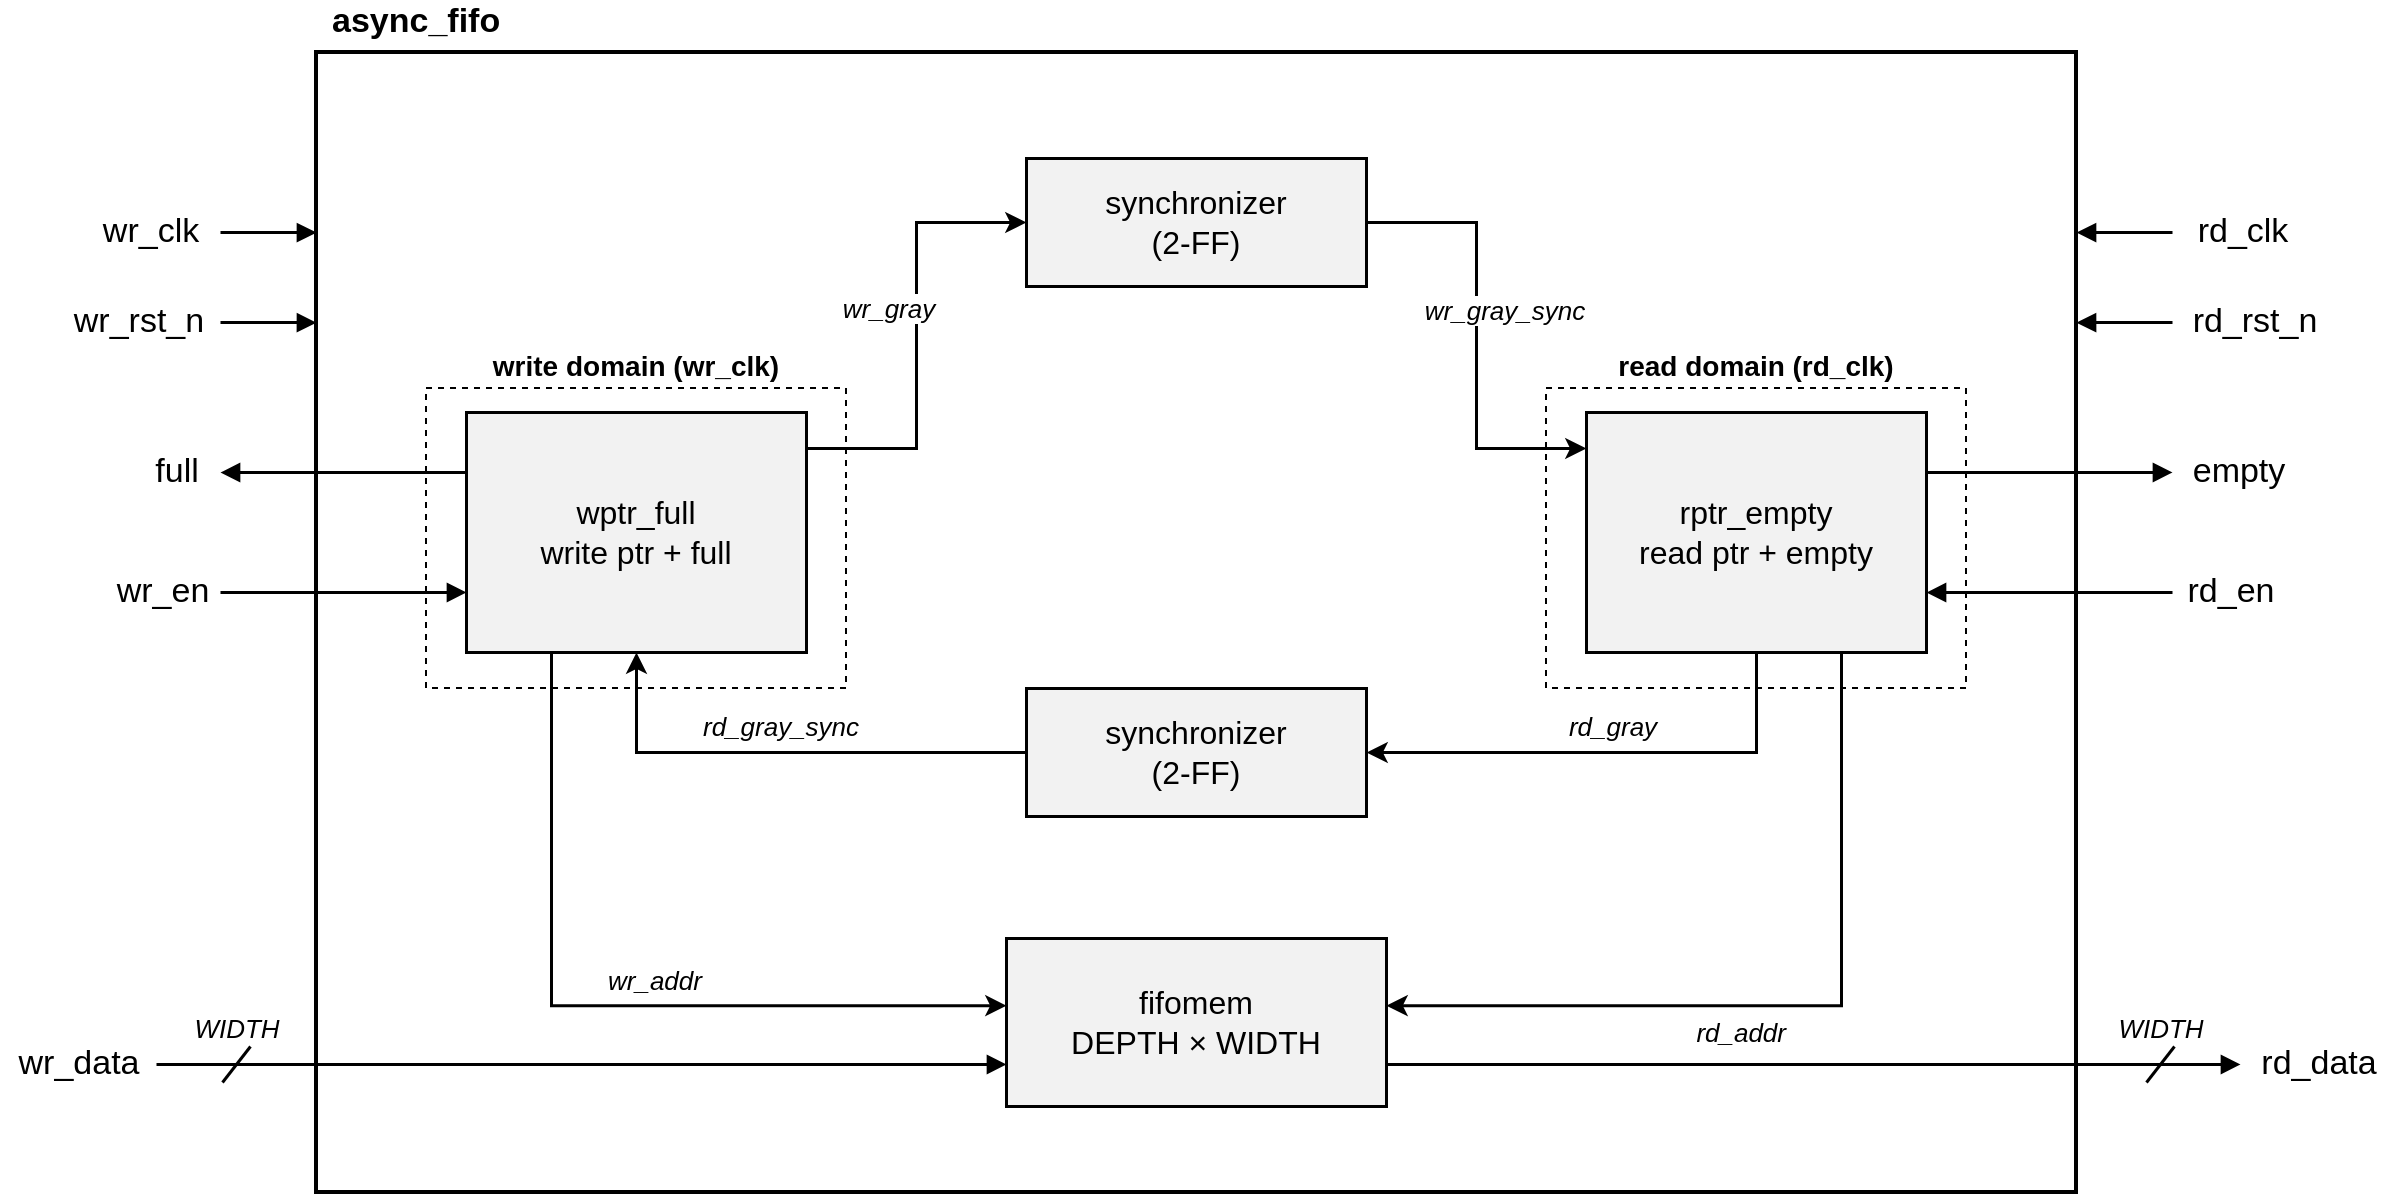
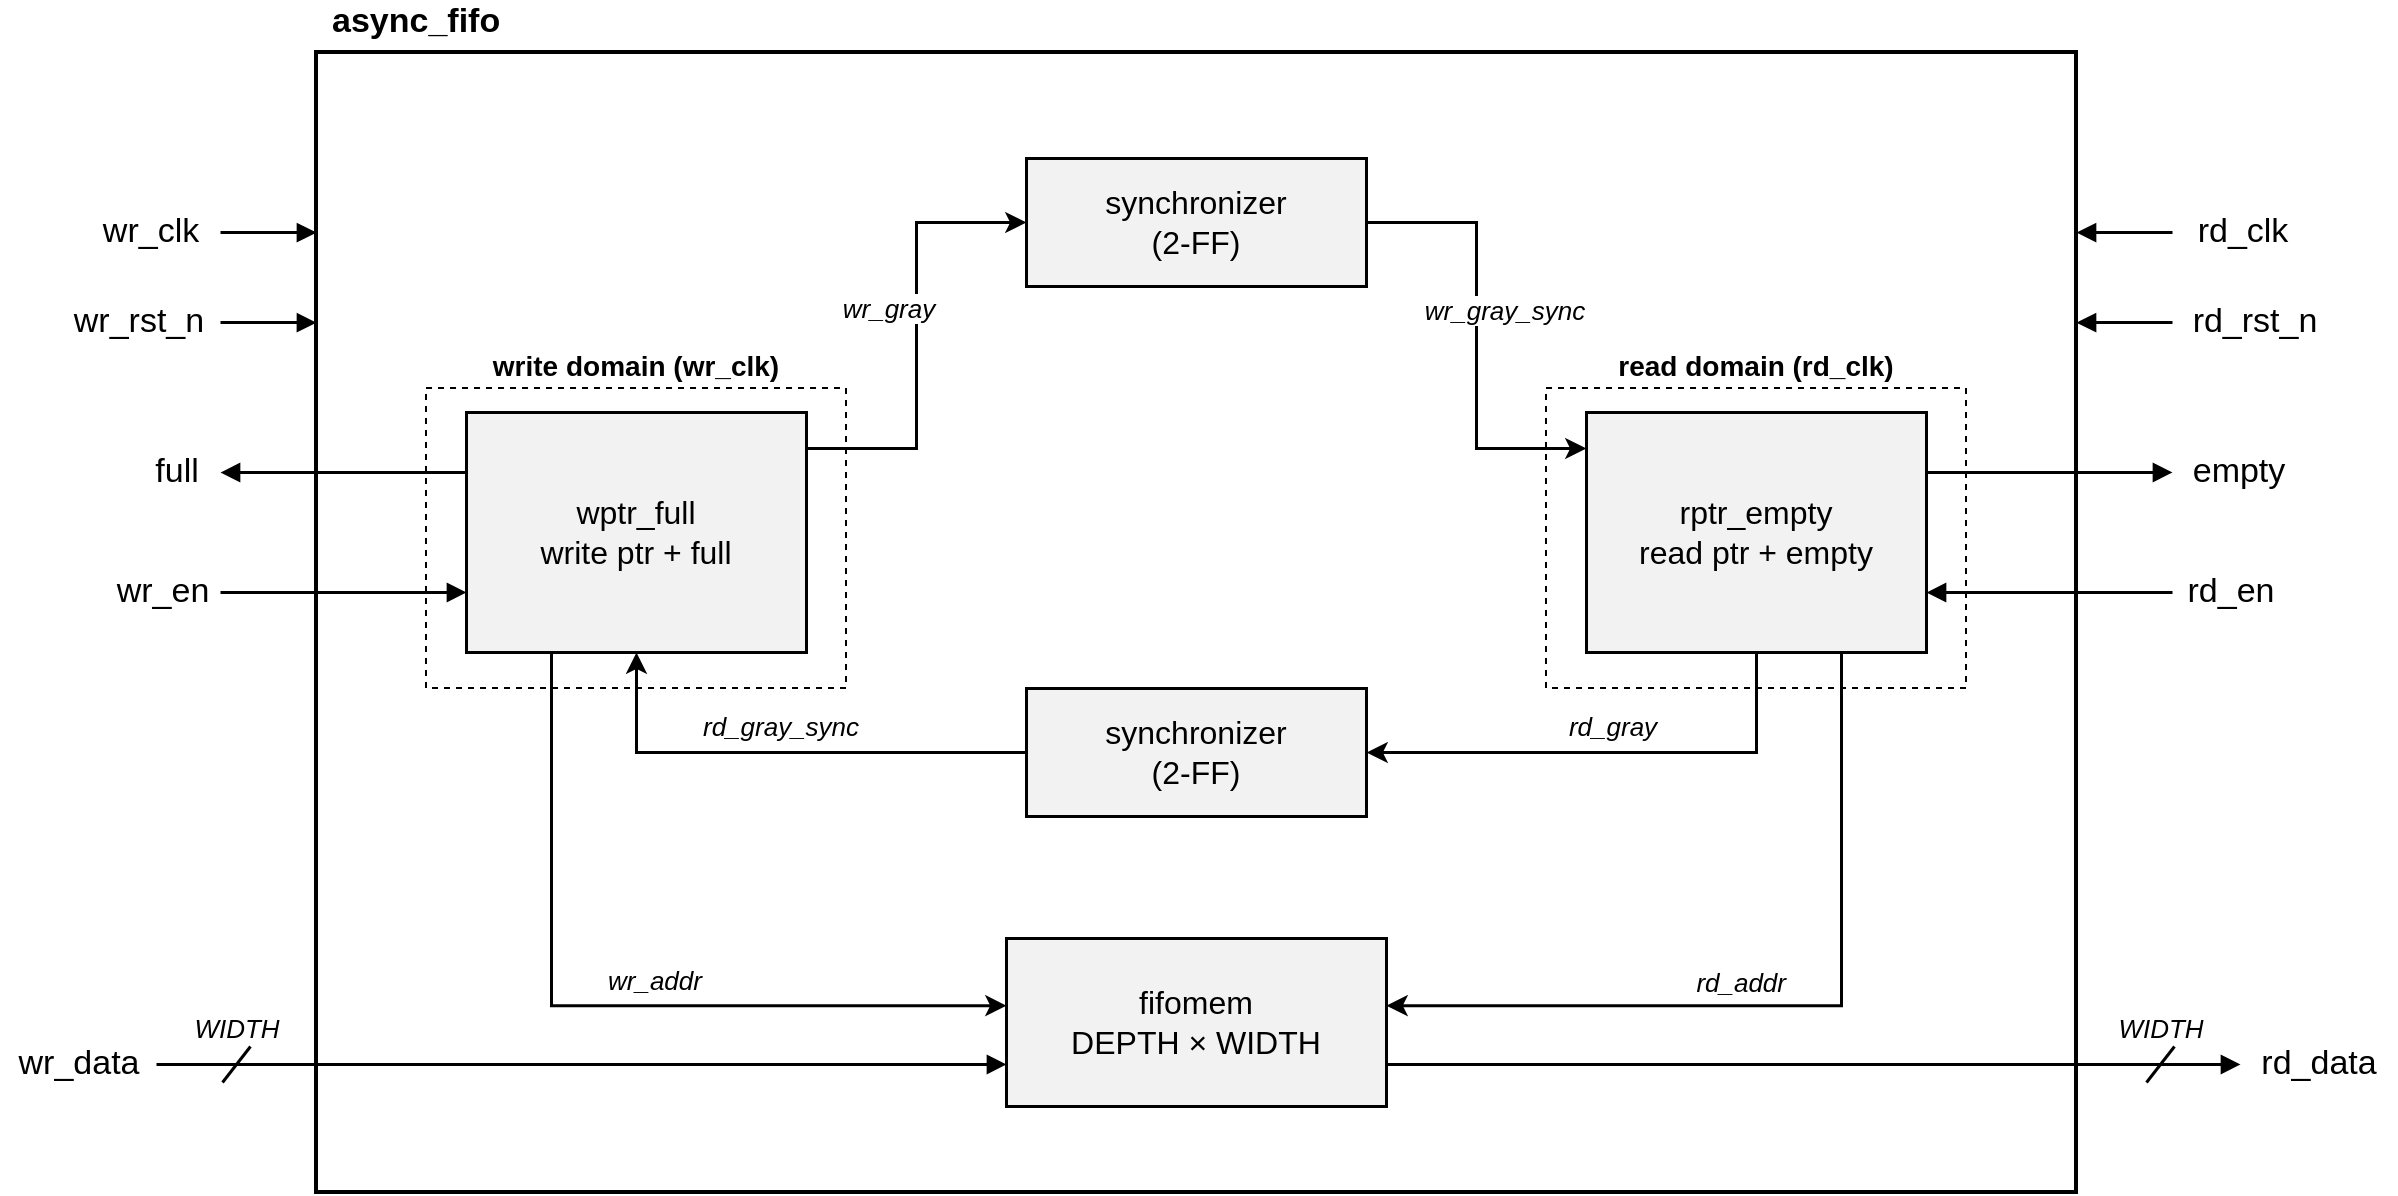
<mxfile host="65bd71144e">
    <diagram name="async_fifo" id="async_fifo">
-         <mxGraphModel dx="1021" dy="837" grid="0" gridSize="10" guides="1" tooltips="1" connect="1" arrows="1" fold="1" page="1" pageScale="1" pageWidth="1240" pageHeight="700" background="#ffffff" math="0" shadow="0">
+         <mxGraphModel dx="1030" dy="837" grid="0" gridSize="10" guides="1" tooltips="1" connect="1" arrows="1" fold="1" page="1" pageScale="1" pageWidth="1240" pageHeight="700" background="#ffffff" math="0" shadow="0">
            <root>
                <mxCell id="0"/>
                <mxCell id="1" parent="0"/>
                <mxCell id="outer" value="" style="rounded=0;whiteSpace=wrap;html=1;fillColor=none;strokeColor=#000000;strokeWidth=2;" parent="1" vertex="1">
                    <mxGeometry x="180" y="60" width="880" height="570" as="geometry"/>
                </mxCell>
                <mxCell id="outer-lbl" value="async_fifo" style="text;html=1;align=left;verticalAlign=middle;fontStyle=1;fontSize=17;fillColor=none;strokeColor=none;" parent="1" vertex="1">
                    <mxGeometry x="186" y="34" width="160" height="22" as="geometry"/>
                </mxCell>
                <mxCell id="grpw" value="write domain (wr_clk)" style="rounded=0;whiteSpace=wrap;html=1;fillColor=none;strokeColor=#000000;dashed=1;verticalLabelPosition=top;verticalAlign=bottom;align=center;fontStyle=1;fontSize=14;" parent="1" vertex="1">
                    <mxGeometry x="235" y="228" width="210" height="150" as="geometry"/>
                </mxCell>
                <mxCell id="grpr" value="read domain (rd_clk)" style="rounded=0;whiteSpace=wrap;html=1;fillColor=none;strokeColor=#000000;dashed=1;verticalLabelPosition=top;verticalAlign=bottom;align=center;fontStyle=1;fontSize=14;" parent="1" vertex="1">
                    <mxGeometry x="795" y="228" width="210" height="150" as="geometry"/>
                </mxCell>
                <mxCell id="wptr" value="wptr_full&#xa;write ptr + full" style="rounded=0;whiteSpace=wrap;html=1;fillColor=#f2f2f2;strokeColor=#000000;strokeWidth=1.5;align=center;verticalAlign=middle;fontSize=16;" parent="1" vertex="1">
                    <mxGeometry x="255" y="240" width="170" height="120" as="geometry"/>
                </mxCell>
                <mxCell id="rptr" value="rptr_empty&#xa;read ptr + empty" style="rounded=0;whiteSpace=wrap;html=1;fillColor=#f2f2f2;strokeColor=#000000;strokeWidth=1.5;align=center;verticalAlign=middle;fontSize=16;" parent="1" vertex="1">
                    <mxGeometry x="815" y="240" width="170" height="120" as="geometry"/>
                </mxCell>
                <mxCell id="sw2r" value="synchronizer&#xa;(2-FF)" style="rounded=0;whiteSpace=wrap;html=1;fillColor=#f2f2f2;strokeColor=#000000;strokeWidth=1.5;align=center;verticalAlign=middle;fontSize=16;" parent="1" vertex="1">
                    <mxGeometry x="535" y="113" width="170" height="64" as="geometry"/>
                </mxCell>
                <mxCell id="sr2w" value="synchronizer&#xa;(2-FF)" style="rounded=0;whiteSpace=wrap;html=1;fillColor=#f2f2f2;strokeColor=#000000;strokeWidth=1.5;align=center;verticalAlign=middle;fontSize=16;" parent="1" vertex="1">
                    <mxGeometry x="535" y="378" width="170" height="64" as="geometry"/>
                </mxCell>
                <mxCell id="mem" value="fifomem&#xa;DEPTH × WIDTH" style="rounded=0;whiteSpace=wrap;html=1;fillColor=#f2f2f2;strokeColor=#000000;strokeWidth=1.5;align=center;verticalAlign=middle;fontSize=16;" parent="1" vertex="1">
                    <mxGeometry x="525" y="503" width="190" height="84" as="geometry"/>
                </mxCell>
                <mxCell id="io-wrclk" value="wr_clk" style="text;html=1;align=center;verticalAlign=middle;fontSize=17;fillColor=none;strokeColor=none;" parent="1" vertex="1">
                    <mxGeometry x="62" y="139" width="70" height="22" as="geometry"/>
                </mxCell>
                <mxCell id="io-wrrst" value="wr_rst_n" style="text;html=1;align=center;verticalAlign=middle;fontSize=17;fillColor=none;strokeColor=none;" parent="1" vertex="1">
                    <mxGeometry x="50" y="184" width="82" height="22" as="geometry"/>
                </mxCell>
                <mxCell id="io-full" value="full" style="text;html=1;align=center;verticalAlign=middle;fontSize=17;fillColor=none;strokeColor=none;" parent="1" vertex="1">
                    <mxGeometry x="87" y="259" width="45" height="22" as="geometry"/>
                </mxCell>
                <mxCell id="io-wren" value="wr_en" style="text;html=1;align=center;verticalAlign=middle;fontSize=17;fillColor=none;strokeColor=none;" parent="1" vertex="1">
                    <mxGeometry x="74" y="319" width="58" height="22" as="geometry"/>
                </mxCell>
                <mxCell id="io-wrdata" value="wr_data" style="text;html=1;align=center;verticalAlign=middle;fontSize=17;fillColor=none;strokeColor=none;" parent="1" vertex="1">
                    <mxGeometry x="22" y="555" width="78" height="22" as="geometry"/>
                </mxCell>
                <mxCell id="io-rdclk" value="rd_clk" style="text;html=1;align=center;verticalAlign=middle;fontSize=17;fillColor=none;strokeColor=none;" parent="1" vertex="1">
                    <mxGeometry x="1108" y="139" width="70" height="22" as="geometry"/>
                </mxCell>
                <mxCell id="io-rdrst" value="rd_rst_n" style="text;html=1;align=center;verticalAlign=middle;fontSize=17;fillColor=none;strokeColor=none;" parent="1" vertex="1">
                    <mxGeometry x="1108" y="184" width="82" height="22" as="geometry"/>
                </mxCell>
                <mxCell id="io-empty" value="empty" style="text;html=1;align=center;verticalAlign=middle;fontSize=17;fillColor=none;strokeColor=none;" parent="1" vertex="1">
                    <mxGeometry x="1108" y="259" width="66" height="22" as="geometry"/>
                </mxCell>
                <mxCell id="io-rden" value="rd_en" style="text;html=1;align=center;verticalAlign=middle;fontSize=17;fillColor=none;strokeColor=none;" parent="1" vertex="1">
                    <mxGeometry x="1108" y="319" width="58" height="22" as="geometry"/>
                </mxCell>
                <mxCell id="io-rddata" value="rd_data" style="text;html=1;align=center;verticalAlign=middle;fontSize=17;fillColor=none;strokeColor=none;" parent="1" vertex="1">
                    <mxGeometry x="1142" y="555" width="78" height="22" as="geometry"/>
                </mxCell>
                <mxCell id="e-wrgray" value="wr_gray" style="edgeStyle=orthogonalEdgeStyle;rounded=0;strokeColor=#000000;strokeWidth=1.5;labelBackgroundColor=default;fontStyle=2;fontSize=13;exitX=1;exitY=0.15;exitDx=0;exitDy=0;entryX=0;entryY=0.5;entryDx=0;entryDy=0;align=center;html=1;" parent="1" source="wptr" target="sw2r" edge="1">
                    <mxGeometry x="0.1214" y="14" relative="1" as="geometry">
                        <mxPoint as="offset"/>
                    </mxGeometry>
                </mxCell>
                <mxCell id="e-wrgraysync" value="wr_gray_sync" style="edgeStyle=orthogonalEdgeStyle;rounded=0;html=1;strokeColor=#000000;strokeWidth=1.5;labelBackgroundColor=#ffffff;fontStyle=2;fontSize=13;exitX=1;exitY=0.5;exitDx=0;exitDy=0;entryX=0;entryY=0.15;entryDx=0;entryDy=0;" parent="1" source="sw2r" target="rptr" edge="1">
                    <mxGeometry relative="1" as="geometry">
                        <mxPoint x="14" y="-13" as="offset"/>
                    </mxGeometry>
                </mxCell>
                <mxCell id="e-rdgray" value="rd_gray" style="edgeStyle=orthogonalEdgeStyle;rounded=0;html=1;strokeColor=#000000;strokeWidth=1.5;labelBackgroundColor=#ffffff;fontStyle=2;fontSize=13;exitX=0.5;exitY=1;exitDx=0;exitDy=0;entryX=1;entryY=0.5;entryDx=0;entryDy=0;" parent="1" source="rptr" target="sr2w" edge="1">
                    <mxGeometry relative="1" as="geometry">
                        <mxPoint y="-13" as="offset"/>
                    </mxGeometry>
                </mxCell>
                <mxCell id="e-rdgraysync" value="rd_gray_sync" style="edgeStyle=orthogonalEdgeStyle;rounded=0;html=1;strokeColor=#000000;strokeWidth=1.5;labelBackgroundColor=#ffffff;fontStyle=2;fontSize=13;exitX=0;exitY=0.5;exitDx=0;exitDy=0;entryX=0.5;entryY=1;entryDx=0;entryDy=0;align=center;" parent="1" source="sr2w" target="wptr" edge="1">
                    <mxGeometry x="0.0029" y="-13" relative="1" as="geometry">
                        <mxPoint as="offset"/>
                    </mxGeometry>
                </mxCell>
                <mxCell id="e-wraddr" value="wr_addr" style="edgeStyle=orthogonalEdgeStyle;rounded=0;html=1;strokeColor=#000000;strokeWidth=1.5;labelBackgroundColor=#ffffff;fontStyle=2;fontSize=13;exitX=0.25;exitY=1;exitDx=0;exitDy=0;entryX=0;entryY=0.4;entryDx=0;entryDy=0;align=left;" parent="1" source="wptr" target="mem" edge="1">
                    <mxGeometry x="0.0047" y="13" relative="1" as="geometry">
                        <mxPoint as="offset"/>
                    </mxGeometry>
                </mxCell>
-                 <mxCell id="e-rdaddr" value="rd_addr" style="edgeStyle=orthogonalEdgeStyle;rounded=0;html=1;strokeColor=#000000;strokeWidth=1.5;labelBackgroundColor=#ffffff;fontStyle=2;fontSize=13;exitX=0.75;exitY=1;exitDx=0;exitDy=0;entryX=1;entryY=0.4;entryDx=0;entryDy=0;align=right;" parent="1" source="rptr" target="mem" edge="1">
+                 <mxCell id="e-rdaddr" value="rd_addr" style="edgeStyle=orthogonalEdgeStyle;rounded=0;html=1;strokeColor=#000000;strokeWidth=1.5;labelBackgroundColor=#ffffff;fontStyle=2;fontSize=13;exitX=0.75;exitY=1;exitDx=0;exitDy=0;entryX=1;entryY=0.4;entryDx=0;entryDy=0;align=right;verticalAlign=bottom;spacingTop=0;horizontal=1;labelPosition=left;verticalLabelPosition=top;labelBorderColor=none;textShadow=0;spacingBottom=14;" parent="1" source="rptr" target="mem" edge="1">
                    <mxGeometry x="0.0047" y="13" relative="1" as="geometry">
                        <mxPoint as="offset"/>
                    </mxGeometry>
                </mxCell>
                <mxCell id="e-wrclk" style="edgeStyle=orthogonalEdgeStyle;rounded=0;html=1;strokeColor=#000000;strokeWidth=1.5;endArrow=block;endFill=1;exitX=1;exitY=0.5;exitDx=0;exitDy=0;entryX=0;entryY=0.158;entryDx=0;entryDy=0;" parent="1" source="io-wrclk" target="outer" edge="1">
                    <mxGeometry relative="1" as="geometry"/>
                </mxCell>
                <mxCell id="e-wrrst" style="edgeStyle=orthogonalEdgeStyle;rounded=0;html=1;strokeColor=#000000;strokeWidth=1.5;endArrow=block;endFill=1;exitX=1;exitY=0.5;exitDx=0;exitDy=0;entryX=0;entryY=0.237;entryDx=0;entryDy=0;" parent="1" source="io-wrrst" target="outer" edge="1">
                    <mxGeometry relative="1" as="geometry"/>
                </mxCell>
                <mxCell id="e-full" style="edgeStyle=orthogonalEdgeStyle;rounded=0;html=1;strokeColor=#000000;strokeWidth=1.5;endArrow=block;endFill=1;exitX=0;exitY=0.25;exitDx=0;exitDy=0;entryX=1;entryY=0.5;entryDx=0;entryDy=0;" parent="1" source="wptr" target="io-full" edge="1">
                    <mxGeometry relative="1" as="geometry"/>
                </mxCell>
                <mxCell id="e-wren" style="edgeStyle=orthogonalEdgeStyle;rounded=0;html=1;strokeColor=#000000;strokeWidth=1.5;endArrow=block;endFill=1;exitX=1;exitY=0.5;exitDx=0;exitDy=0;entryX=0;entryY=0.75;entryDx=0;entryDy=0;" parent="1" source="io-wren" target="wptr" edge="1">
                    <mxGeometry relative="1" as="geometry"/>
                </mxCell>
                <mxCell id="e-wrdata" style="edgeStyle=orthogonalEdgeStyle;rounded=0;html=1;strokeColor=#000000;strokeWidth=1.5;endArrow=block;endFill=1;exitX=1;exitY=0.5;exitDx=0;exitDy=0;entryX=0;entryY=0.75;entryDx=0;entryDy=0;" parent="1" source="io-wrdata" target="mem" edge="1">
                    <mxGeometry relative="1" as="geometry"/>
                </mxCell>
                <mxCell id="e-rdclk" style="edgeStyle=orthogonalEdgeStyle;rounded=0;html=1;strokeColor=#000000;strokeWidth=1.5;endArrow=block;endFill=1;exitX=0;exitY=0.5;exitDx=0;exitDy=0;entryX=1;entryY=0.158;entryDx=0;entryDy=0;" parent="1" source="io-rdclk" target="outer" edge="1">
                    <mxGeometry relative="1" as="geometry"/>
                </mxCell>
                <mxCell id="e-rdrst" style="edgeStyle=orthogonalEdgeStyle;rounded=0;html=1;strokeColor=#000000;strokeWidth=1.5;endArrow=block;endFill=1;exitX=0;exitY=0.5;exitDx=0;exitDy=0;entryX=1;entryY=0.237;entryDx=0;entryDy=0;" parent="1" source="io-rdrst" target="outer" edge="1">
                    <mxGeometry relative="1" as="geometry"/>
                </mxCell>
                <mxCell id="e-empty" style="edgeStyle=orthogonalEdgeStyle;rounded=0;html=1;strokeColor=#000000;strokeWidth=1.5;endArrow=block;endFill=1;exitX=1;exitY=0.25;exitDx=0;exitDy=0;entryX=0;entryY=0.5;entryDx=0;entryDy=0;" parent="1" source="rptr" target="io-empty" edge="1">
                    <mxGeometry relative="1" as="geometry"/>
                </mxCell>
                <mxCell id="e-rden" style="edgeStyle=orthogonalEdgeStyle;rounded=0;html=1;strokeColor=#000000;strokeWidth=1.5;endArrow=block;endFill=1;exitX=0;exitY=0.5;exitDx=0;exitDy=0;entryX=1;entryY=0.75;entryDx=0;entryDy=0;" parent="1" source="io-rden" target="rptr" edge="1">
                    <mxGeometry relative="1" as="geometry"/>
                </mxCell>
                <mxCell id="e-rddata" style="edgeStyle=orthogonalEdgeStyle;rounded=0;html=1;strokeColor=#000000;strokeWidth=1.5;endArrow=block;endFill=1;exitX=1;exitY=0.75;exitDx=0;exitDy=0;entryX=0;entryY=0.5;entryDx=0;entryDy=0;" parent="1" source="mem" target="io-rddata" edge="1">
                    <mxGeometry relative="1" as="geometry"/>
                </mxCell>
                <mxCell id="bus-wr" style="endArrow=none;startArrow=none;html=1;strokeColor=#000000;strokeWidth=1.5;" parent="1" edge="1">
                    <mxGeometry relative="1" as="geometry">
                        <mxPoint x="133" y="575" as="sourcePoint"/>
                        <mxPoint x="147" y="557" as="targetPoint"/>
                    </mxGeometry>
                </mxCell>
                <mxCell id="busw-wr" value="WIDTH" style="text;html=1;align=center;fontStyle=2;fontSize=13;fillColor=none;strokeColor=none;" parent="1" vertex="1">
                    <mxGeometry x="110" y="534" width="60" height="18" as="geometry"/>
                </mxCell>
                <mxCell id="bus-rd" style="endArrow=none;startArrow=none;html=1;strokeColor=#000000;strokeWidth=1.5;" parent="1" edge="1">
                    <mxGeometry relative="1" as="geometry">
                        <mxPoint x="1095" y="575" as="sourcePoint"/>
                        <mxPoint x="1109" y="557" as="targetPoint"/>
                    </mxGeometry>
                </mxCell>
                <mxCell id="busw-rd" value="WIDTH" style="text;html=1;align=center;fontStyle=2;fontSize=13;fillColor=none;strokeColor=none;" parent="1" vertex="1">
                    <mxGeometry x="1072" y="534" width="60" height="18" as="geometry"/>
                </mxCell>
            </root>
        </mxGraphModel>
    </diagram>
</mxfile>